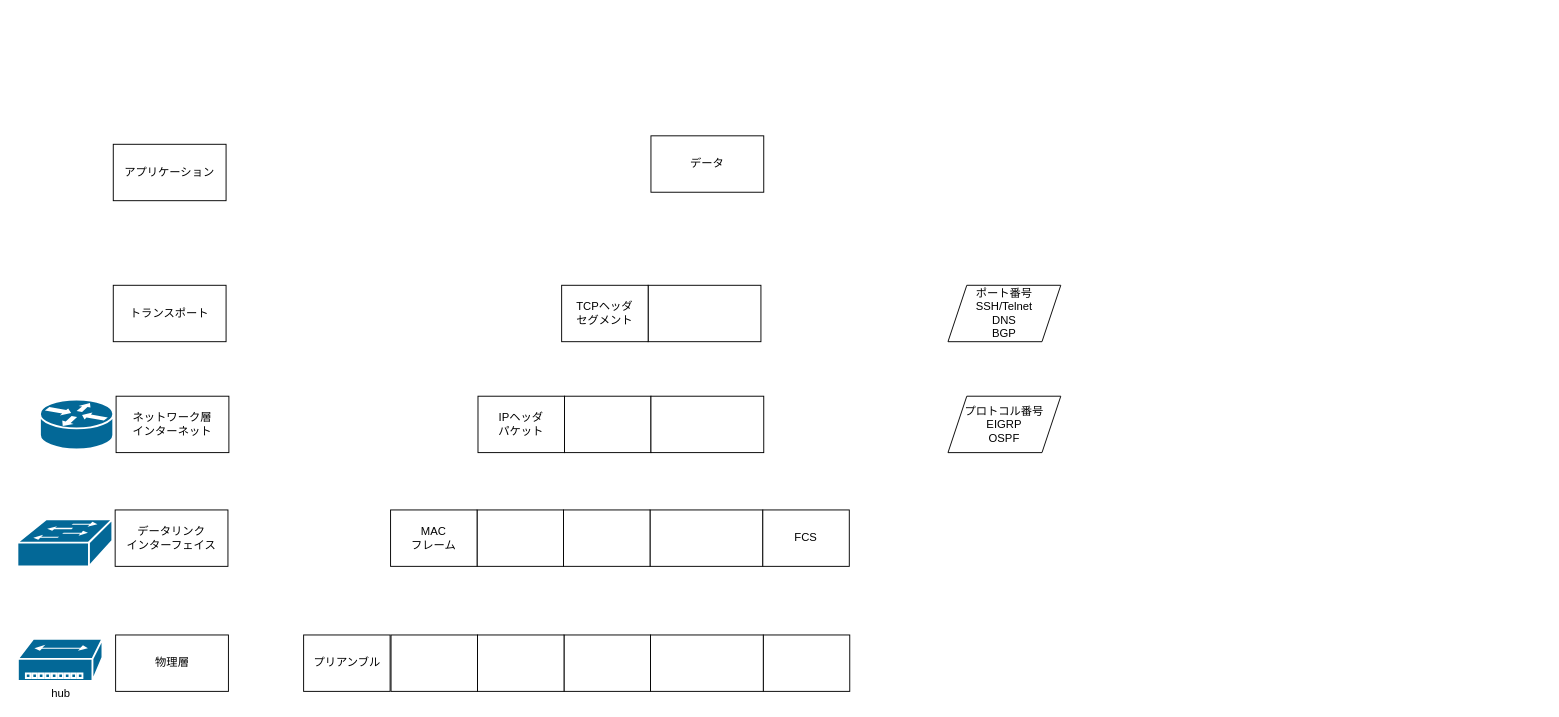
Above: カプセル化（フレーミング）.drawio in kyforprogram/ccna (draw.io), before the change. Source tidied: cells renumbered, new cells numbered last; positions are measured from the earlier drawing's top-left corner, leaving out a move shared by most shapes. Both pictures are drawn from the tidied source at 94%, with x=0, y=0 at pixel (17, 135).
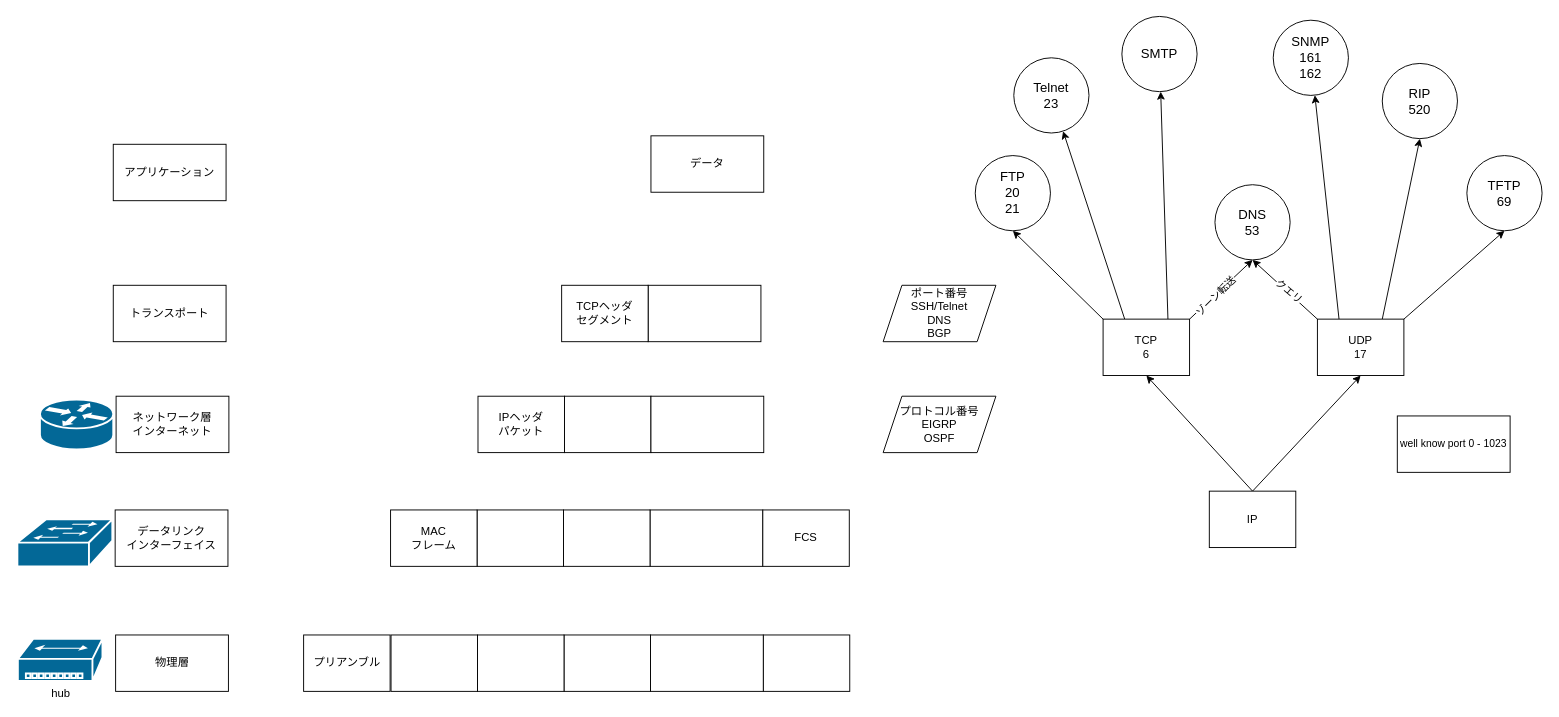
Above is the later version.

Commit message (it also covers changes not shown here):
カプセル化（フレーミング）.drawio を更新します

The edit, as a diff of the source:
```diff
@@
     <mxCell id="27" value="プロトコル番号&lt;br&gt;EIGRP&lt;br&gt;OSPF" style="shape=parallelogram;perimeter=parallelogramPerimeter;whiteSpace=wrap;html=1;fixedSize=1;" parent="1" vertex="1">
-      <mxGeometry x="990" y="277" width="120" height="60" as="geometry" />
+      <mxGeometry x="921" y="277" width="120" height="60" as="geometry" />
     </mxCell>
     <mxCell id="28" value="ポート番号&lt;br&gt;SSH/Telnet&lt;br&gt;DNS&lt;br&gt;BGP" style="shape=parallelogram;perimeter=parallelogramPerimeter;whiteSpace=wrap;html=1;fixedSize=1;" parent="1" vertex="1">
-      <mxGeometry x="990" y="159" width="120" height="60" as="geometry" />
+      <mxGeometry x="921" y="159" width="120" height="60" as="geometry" />
     </mxCell>
+    <mxCell id="29" style="rounded=0;jettySize=auto;html=1;exitX=0.5;exitY=0;exitDx=0;exitDy=0;entryX=0.5;entryY=1;entryDx=0;entryDy=0;" parent="1" edge="1" source="31" target="37">
+      <mxGeometry relative="1" as="geometry" />
+    </mxCell>
+    <mxCell id="30" style="rounded=0;jettySize=auto;html=1;exitX=0.5;exitY=0;exitDx=0;exitDy=0;entryX=0.5;entryY=1;entryDx=0;entryDy=0;" parent="1" edge="1" source="31" target="43">
+      <mxGeometry relative="1" as="geometry" />
+    </mxCell>
+    <mxCell id="31" value="IP" style="whiteSpace=wrap;html=1;" parent="1" vertex="1">
+      <mxGeometry x="1268" y="378" width="92" height="60" as="geometry" />
+    </mxCell>
+    <mxCell id="32" style="edgeStyle=none;shape=connector;rounded=0;jettySize=auto;html=1;exitX=0;exitY=0;exitDx=0;exitDy=0;entryX=0.5;entryY=1;entryDx=0;entryDy=0;labelBackgroundColor=default;strokeColor=default;fontFamily=Helvetica;fontSize=11;fontColor=default;endArrow=classic;" parent="1" edge="1" source="37" target="44">
+      <mxGeometry relative="1" as="geometry" />
+    </mxCell>
+    <mxCell id="33" style="edgeStyle=none;shape=connector;rounded=0;jettySize=auto;html=1;exitX=1;exitY=0;exitDx=0;exitDy=0;entryX=0.5;entryY=1;entryDx=0;entryDy=0;labelBackgroundColor=default;strokeColor=default;fontFamily=Helvetica;fontSize=11;fontColor=default;endArrow=classic;" parent="1" edge="1" source="37" target="48">
+      <mxGeometry relative="1" as="geometry" />
+    </mxCell>
+    <mxCell id="34" value="ゾーン転送" style="edgeLabel;html=1;align=center;verticalAlign=middle;fontSize=11;fontFamily=Helvetica;fontColor=default;rotation=315;" parent="33" vertex="1">
+      <mxGeometry x="-0.42" y="-1" relative="1" as="geometry">
+        <mxPoint x="7" y="-6" as="offset" />
+      </mxGeometry>
+    </mxCell>
+    <mxCell id="35" style="edgeStyle=none;shape=connector;rounded=0;jettySize=auto;html=1;exitX=0.75;exitY=0;exitDx=0;exitDy=0;labelBackgroundColor=default;strokeColor=default;fontFamily=Helvetica;fontSize=11;fontColor=default;endArrow=classic;" parent="1" edge="1" source="37" target="50">
+      <mxGeometry relative="1" as="geometry" />
+    </mxCell>
+    <mxCell id="36" style="edgeStyle=none;shape=connector;rounded=0;jettySize=auto;html=1;exitX=0.25;exitY=0;exitDx=0;exitDy=0;labelBackgroundColor=default;strokeColor=default;fontFamily=Helvetica;fontSize=11;fontColor=default;endArrow=classic;" parent="1" edge="1" source="37" target="49">
+      <mxGeometry relative="1" as="geometry" />
+    </mxCell>
+    <mxCell id="37" value="TCP&lt;br&gt;6" style="whiteSpace=wrap;html=1;" parent="1" vertex="1">
+      <mxGeometry x="1155" y="195" width="92" height="60" as="geometry" />
+    </mxCell>
+    <mxCell id="38" style="edgeStyle=none;shape=connector;rounded=0;jettySize=auto;html=1;exitX=1;exitY=0;exitDx=0;exitDy=0;entryX=0.5;entryY=1;entryDx=0;entryDy=0;labelBackgroundColor=default;strokeColor=default;fontFamily=Helvetica;fontSize=11;fontColor=default;endArrow=classic;" parent="1" edge="1" source="43" target="45">
+      <mxGeometry relative="1" as="geometry" />
+    </mxCell>
+    <mxCell id="39" style="edgeStyle=none;shape=connector;rounded=0;jettySize=auto;html=1;exitX=0;exitY=0;exitDx=0;exitDy=0;entryX=0.5;entryY=1;entryDx=0;entryDy=0;labelBackgroundColor=default;strokeColor=default;fontFamily=Helvetica;fontSize=11;fontColor=default;endArrow=classic;" parent="1" edge="1" source="43" target="48">
+      <mxGeometry relative="1" as="geometry" />
+    </mxCell>
+    <mxCell id="40" value="クエリ" style="edgeLabel;html=1;align=center;verticalAlign=middle;fontSize=11;fontFamily=Helvetica;fontColor=default;spacing=0;rotation=40;" parent="39" vertex="1">
+      <mxGeometry x="-0.09" y="-2" relative="1" as="geometry" />
+    </mxCell>
+    <mxCell id="41" style="edgeStyle=none;shape=connector;rounded=0;jettySize=auto;html=1;exitX=0.75;exitY=0;exitDx=0;exitDy=0;entryX=0.5;entryY=1;entryDx=0;entryDy=0;labelBackgroundColor=default;strokeColor=default;fontFamily=Helvetica;fontSize=11;fontColor=default;endArrow=classic;" parent="1" edge="1" source="43" target="47">
+      <mxGeometry relative="1" as="geometry" />
+    </mxCell>
+    <mxCell id="42" style="edgeStyle=none;shape=connector;rounded=0;jettySize=auto;html=1;exitX=0.25;exitY=0;exitDx=0;exitDy=0;labelBackgroundColor=default;strokeColor=default;fontFamily=Helvetica;fontSize=11;fontColor=default;endArrow=classic;" parent="1" edge="1" source="43" target="46">
+      <mxGeometry relative="1" as="geometry" />
+    </mxCell>
+    <mxCell id="43" value="UDP&lt;br&gt;17" style="whiteSpace=wrap;html=1;" parent="1" vertex="1">
+      <mxGeometry x="1383" y="195" width="92" height="60" as="geometry" />
+    </mxCell>
+    <mxCell id="44" value="FTP&lt;br&gt;20&lt;br&gt;21" style="ellipse;whiteSpace=wrap;html=1;fontFamily=Helvetica;fontSize=14;fontColor=default;" parent="1" vertex="1">
+      <mxGeometry x="1019" y="21" width="80" height="80" as="geometry" />
+    </mxCell>
+    <mxCell id="45" value="TFTP&lt;br&gt;69" style="ellipse;whiteSpace=wrap;html=1;fontFamily=Helvetica;fontSize=14;fontColor=default;" parent="1" vertex="1">
+      <mxGeometry x="1542" y="21" width="80" height="80" as="geometry" />
+    </mxCell>
+    <mxCell id="46" value="SNMP&lt;br&gt;161&lt;br&gt;162" style="ellipse;whiteSpace=wrap;html=1;fontFamily=Helvetica;fontSize=14;fontColor=default;" parent="1" vertex="1">
+      <mxGeometry x="1336" y="-123" width="80" height="80" as="geometry" />
+    </mxCell>
+    <mxCell id="47" value="RIP&lt;br&gt;520" style="ellipse;whiteSpace=wrap;html=1;fontFamily=Helvetica;fontSize=14;fontColor=default;" parent="1" vertex="1">
+      <mxGeometry x="1452" y="-77" width="80" height="80" as="geometry" />
+    </mxCell>
+    <mxCell id="48" value="DNS&lt;br&gt;53" style="ellipse;whiteSpace=wrap;html=1;fontFamily=Helvetica;fontSize=14;fontColor=default;" parent="1" vertex="1">
+      <mxGeometry x="1274" y="52" width="80" height="80" as="geometry" />
+    </mxCell>
+    <mxCell id="49" value="Telnet&lt;br&gt;23" style="ellipse;whiteSpace=wrap;html=1;fontFamily=Helvetica;fontSize=14;fontColor=default;" parent="1" vertex="1">
+      <mxGeometry x="1060" y="-83" width="80" height="80" as="geometry" />
+    </mxCell>
+    <mxCell id="50" value="SMTP" style="ellipse;whiteSpace=wrap;html=1;fontFamily=Helvetica;fontSize=14;fontColor=default;" parent="1" vertex="1">
+      <mxGeometry x="1175" y="-127" width="80" height="80" as="geometry" />
+    </mxCell>
+    <mxCell id="51" value="well know port 0 - 1023&lt;br&gt;" style="whiteSpace=wrap;html=1;fontFamily=Helvetica;fontSize=11;fontColor=default;" parent="1" vertex="1">
+      <mxGeometry x="1468" y="298" width="120" height="60" as="geometry" />
+    </mxCell>
```
